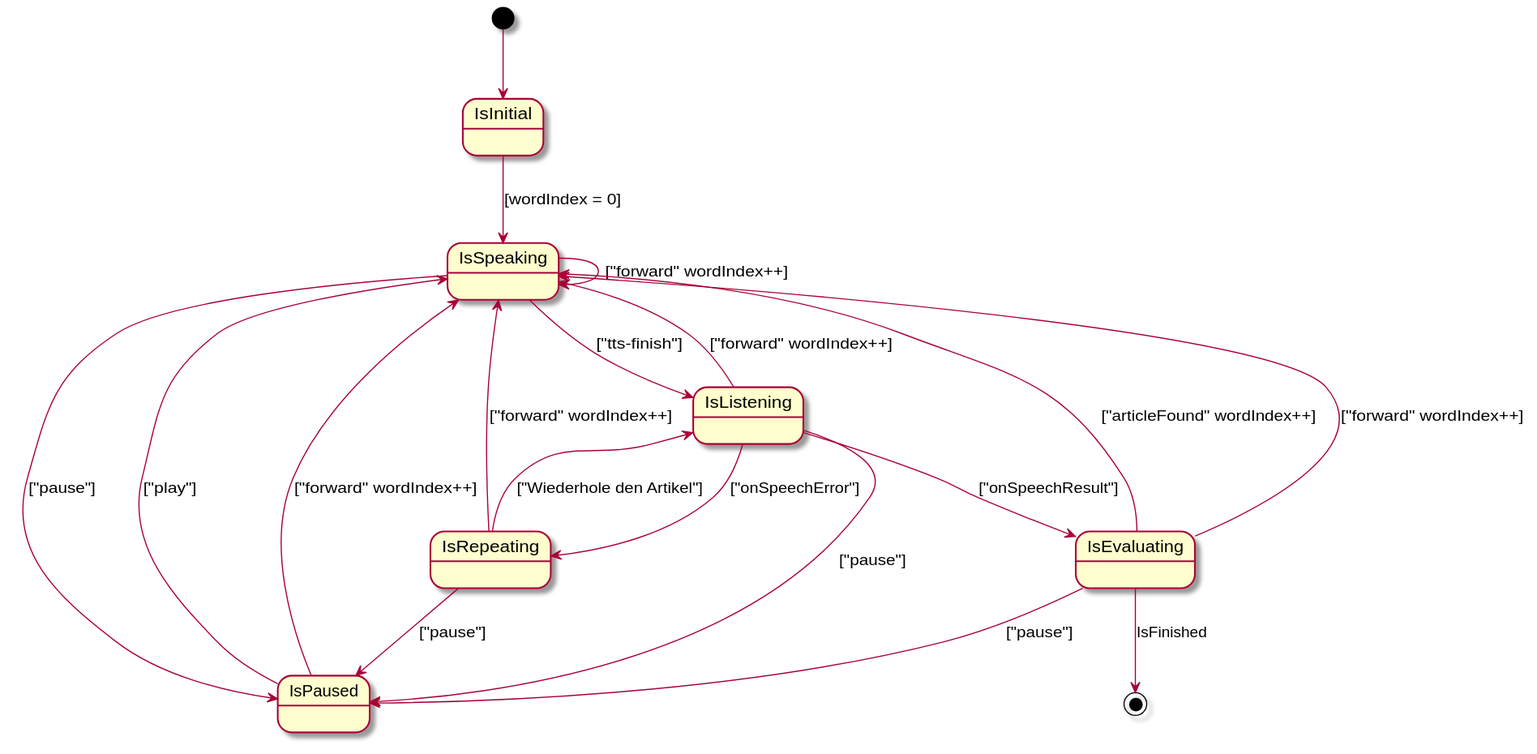
Above: doc/stateTransitions.svg in Leelu55/Articulus (PlantUML), before the change.
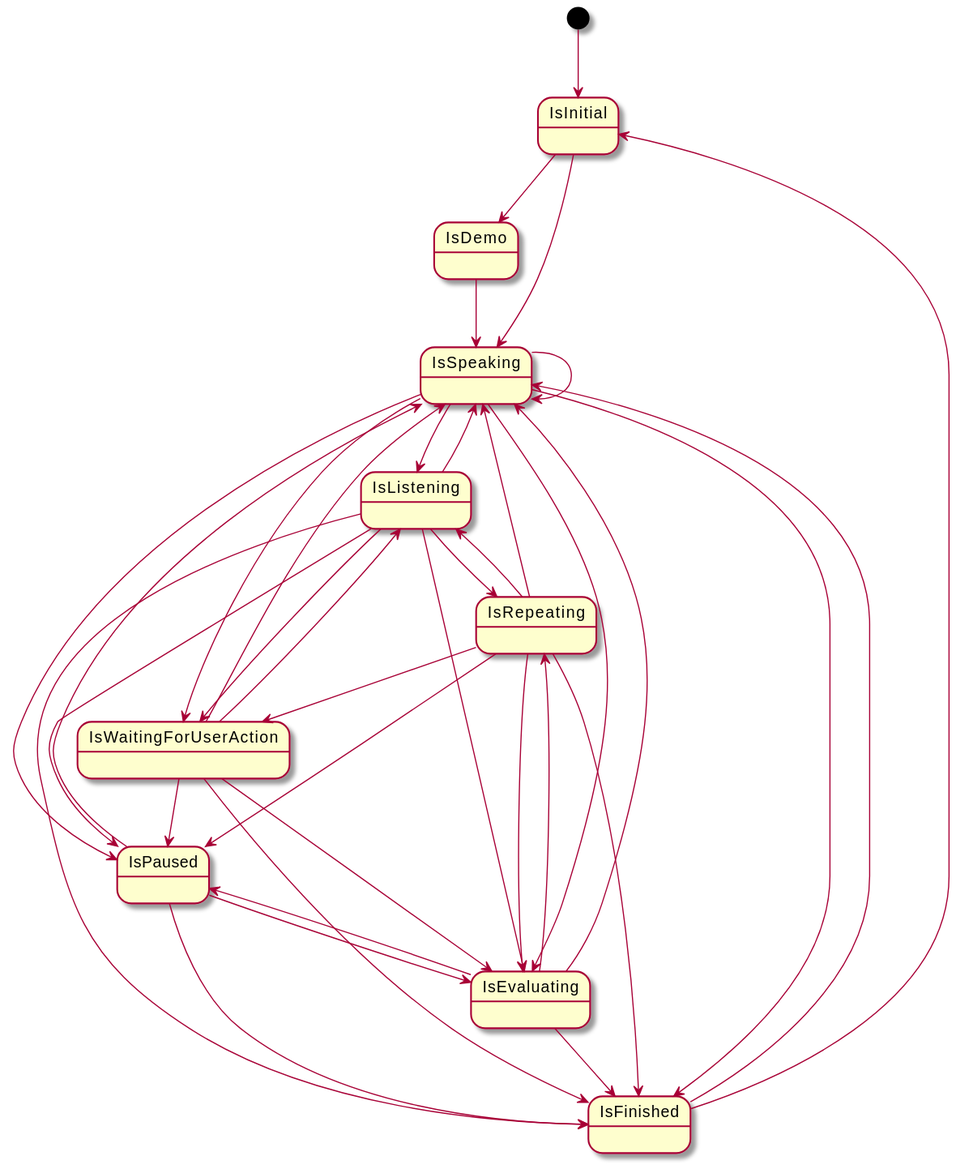
The same diagram one commit later.

Change to the diagram source:
```diff
@@ -1,25 +1,46 @@
 @startuml
 [*] --> IsInitial
-IsInitial --> IsSpeaking : [wordIndex = 0]
+IsInitial --> IsSpeaking
+IsInitial --> IsDemo
+IsDemo --> IsSpeaking
 
-IsSpeaking --> IsListening :["tts-finish"]
-IsSpeaking --> IsSpeaking : ["forward" wordIndex++]
-IsSpeaking --> IsPaused : ["pause"]
+IsSpeaking --> IsListening
+IsSpeaking --> IsWaitingForUserAction
+IsSpeaking --> IsSpeaking
+IsSpeaking --> IsEvaluating
+IsSpeaking --> IsPaused
+IsSpeaking --> IsFinished
 
-IsListening --> IsEvaluating : ["onSpeechResult"]
-IsListening --> IsRepeating : ["onSpeechError"]
-IsListening --> IsSpeaking : ["forward" wordIndex++]
-IsListening --> IsPaused : ["pause"]
+IsListening --> IsEvaluating
+IsListening --> IsRepeating
+IsListening --> IsSpeaking
+IsListening --> IsPaused
+IsListening --> IsWaitingForUserAction
+IsListening --> IsFinished
 
-IsPaused --> IsSpeaking : ["play"]
-IsPaused --> IsSpeaking : ["forward" wordIndex++]
+IsPaused --> IsSpeaking
+IsPaused --> IsEvaluating
+IsPaused --> IsFinished
 
-IsRepeating --> IsListening : ["Wiederhole den Artikel"]
-IsRepeating --> IsSpeaking : ["forward" wordIndex++]
-IsRepeating --> IsPaused : ["pause"]
+IsRepeating --> IsListening
+IsRepeating --> IsSpeaking
+IsRepeating --> IsPaused
+IsRepeating --> IsWaitingForUserAction
+IsRepeating --> IsEvaluating
+IsRepeating --> IsFinished
 
-IsEvaluating --> IsSpeaking: ["articleFound" wordIndex++]
-IsEvaluating --> IsSpeaking : ["forward" wordIndex++]
-IsEvaluating --> IsPaused : ["pause"]
-IsEvaluating --> [*]: IsFinished
+IsWaitingForUserAction --> IsSpeaking
+IsWaitingForUserAction --> IsListening
+IsWaitingForUserAction --> IsEvaluating
+IsWaitingForUserAction --> IsPaused
+IsWaitingForUserAction --> IsFinished
+
+
+IsEvaluating --> IsSpeaking
+IsEvaluating --> IsRepeating
+IsEvaluating --> IsPaused
+IsEvaluating --> IsFinished
+
+IsFinished --> IsSpeaking
+IsFinished --> IsInitial
 @enduml
```
